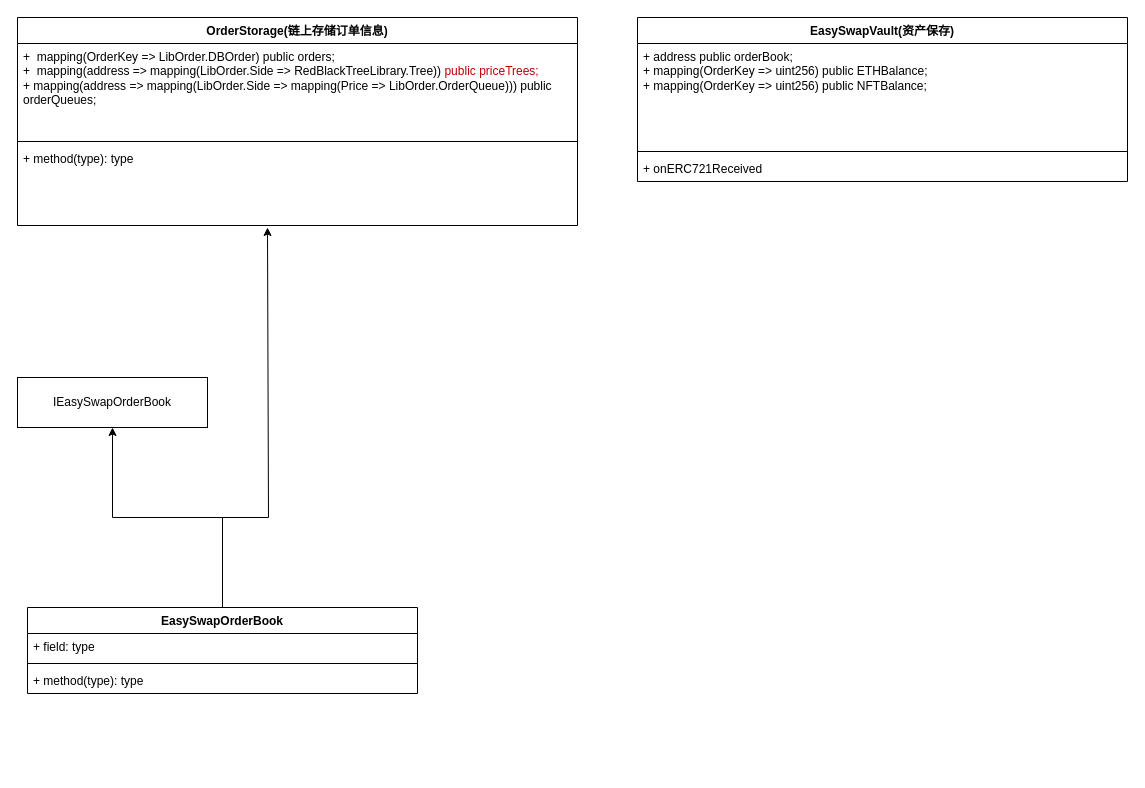
yhcui/web3-project keeps this draw.io diagram as page "合约" (1 of 2) of ProjectBreakdown-NFTMarket/设计图/合约.drawio. Above is the earlier version. Source tidied: cells renumbered, new cells numbered last; positions are measured from the earlier drawing's top-left corner, leaving out a move shared by most shapes. Both pictures are drawn from the tidied source at 100%, with x=0, y=0 at pixel (17, 17).
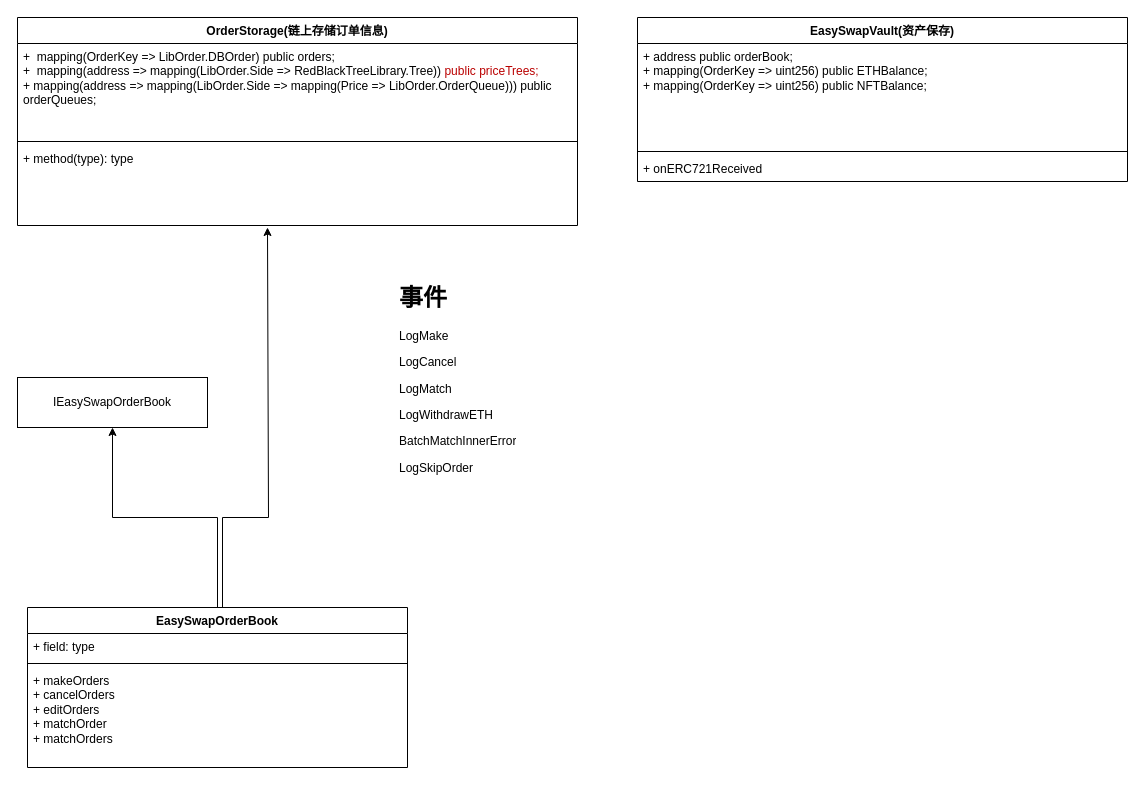
The same diagram, later.

The edit, as a diff of the source:
```diff
@@
 <mxGraphModel>
   <root>
     <mxCell id="0" />
     <mxCell id="1" parent="0" />
     <mxCell id="2" value="OrderStorage(&lt;span style=&quot;background-color: transparent; color: light-dark(rgb(0, 0, 0), rgb(255, 255, 255));&quot;&gt;链上存储订单信息)&lt;/span&gt;" style="swimlane;fontStyle=1;align=center;verticalAlign=top;horizontal=1;startSize=26;whiteSpace=wrap;html=1;" parent="1" vertex="1">
       <mxGeometry width="560" height="208" as="geometry" />
     </mxCell>
     <mxCell id="3" value="+ &amp;nbsp;mapping(OrderKey =&amp;gt; LibOrder.DBOrder) public orders;&lt;div&gt;+&amp;nbsp;&lt;span style=&quot;background-color: transparent;&quot;&gt;&amp;nbsp;mapping(address =&amp;gt; mapping(LibOrder.Side =&amp;gt; RedBlackTreeLibrary.Tree))&lt;/span&gt;&lt;span style=&quot;background-color: transparent;&quot;&gt;&lt;font color=&quot;rgba(0, 0, 0, 0)&quot;&gt;&amp;nbsp;public priceTrees;&lt;/font&gt;&lt;br&gt;+ mapping(address =&amp;gt; mapping(LibOrder.Side =&amp;gt; mapping(Price =&amp;gt; LibOrder.OrderQueue))) public orderQueues;&lt;/span&gt;&lt;/div&gt;" style="text;strokeColor=none;fillColor=none;align=left;verticalAlign=top;spacingLeft=4;spacingRight=4;overflow=hidden;whiteSpace=wrap;html=1;" parent="2" vertex="1">
       <mxGeometry y="26" width="560" height="94" as="geometry" />
     </mxCell>
     <mxCell id="4" style="line;strokeWidth=1;fillColor=none;align=left;verticalAlign=middle;spacingTop=-1;spacingLeft=3;spacingRight=3;labelPosition=right;strokeColor=inherit;" parent="2" vertex="1">
       <mxGeometry y="120" width="560" height="8" as="geometry" />
     </mxCell>
     <mxCell id="5" value="+ method(type): type" style="text;strokeColor=none;fillColor=none;align=left;verticalAlign=top;spacingLeft=4;spacingRight=4;overflow=hidden;whiteSpace=wrap;html=1;" parent="2" vertex="1">
       <mxGeometry y="128" width="560" height="80" as="geometry" />
     </mxCell>
     <mxCell id="6" value="EasySwapVault(资产保存)" style="swimlane;fontStyle=1;align=center;verticalAlign=top;horizontal=1;startSize=26;whiteSpace=wrap;html=1;" parent="1" vertex="1">
       <mxGeometry x="620" width="490" height="164" as="geometry" />
     </mxCell>
     <mxCell id="7" value="&lt;div&gt;+ address public orderBook;&lt;/div&gt;&lt;div&gt;&lt;span style=&quot;background-color: transparent; color: light-dark(rgb(0, 0, 0), rgb(255, 255, 255));&quot;&gt;+&lt;/span&gt;&lt;span style=&quot;background-color: transparent; color: light-dark(rgb(0, 0, 0), rgb(255, 255, 255));&quot;&gt;&amp;nbsp;&lt;/span&gt;mapping(OrderKey =&amp;gt; uint256) public ETHBalance;&lt;/div&gt;&lt;div&gt;&lt;span style=&quot;background-color: transparent; color: light-dark(rgb(0, 0, 0), rgb(255, 255, 255));&quot;&gt;+&lt;/span&gt;&lt;span style=&quot;background-color: transparent; color: light-dark(rgb(0, 0, 0), rgb(255, 255, 255));&quot;&gt;&amp;nbsp;&lt;/span&gt;mapping(OrderKey =&amp;gt; uint256) public NFTBalance;&amp;nbsp;&lt;/div&gt;" style="text;strokeColor=none;fillColor=none;align=left;verticalAlign=top;spacingLeft=4;spacingRight=4;overflow=hidden;whiteSpace=wrap;html=1;" parent="6" vertex="1">
       <mxGeometry y="26" width="490" height="104" as="geometry" />
     </mxCell>
     <mxCell id="8" style="line;strokeWidth=1;fillColor=none;align=left;verticalAlign=middle;spacingTop=-1;spacingLeft=3;spacingRight=3;labelPosition=right;strokeColor=inherit;" parent="6" vertex="1">
       <mxGeometry y="130" width="490" height="8" as="geometry" />
     </mxCell>
     <mxCell id="9" value="+ onERC721Received" style="text;strokeColor=none;fillColor=none;align=left;verticalAlign=top;spacingLeft=4;spacingRight=4;overflow=hidden;whiteSpace=wrap;html=1;" parent="6" vertex="1">
       <mxGeometry y="138" width="490" height="26" as="geometry" />
     </mxCell>
     <mxCell id="10" style="edgeStyle=orthogonalEdgeStyle;rounded=0;jettySize=auto;html=1;" parent="1" edge="1" source="12">
       <mxGeometry relative="1" as="geometry">
         <mxPoint x="250" y="210" as="targetPoint" />
         <Array as="points">
           <mxPoint x="205" y="500" />
           <mxPoint x="251" y="500" />
         </Array>
       </mxGeometry>
     </mxCell>
     <mxCell id="11" style="edgeStyle=orthogonalEdgeStyle;rounded=0;jettySize=auto;html=1;exitX=0.5;exitY=0;exitDx=0;exitDy=0;entryX=0.5;entryY=1;entryDx=0;entryDy=0;" parent="1" edge="1" source="12" target="16">
       <mxGeometry relative="1" as="geometry" />
     </mxCell>
     <mxCell id="12" value="EasySwapOrderBook" style="swimlane;fontStyle=1;align=center;verticalAlign=top;horizontal=1;startSize=26;whiteSpace=wrap;html=1;" parent="1" vertex="1">
-      <mxGeometry x="10" y="590" width="390" height="86" as="geometry" />
+      <mxGeometry x="10" y="590" width="380" height="160" as="geometry" />
     </mxCell>
     <mxCell id="13" value="+ field: type" style="text;strokeColor=none;fillColor=none;align=left;verticalAlign=top;spacingLeft=4;spacingRight=4;overflow=hidden;whiteSpace=wrap;html=1;" parent="12" vertex="1">
-      <mxGeometry y="26" width="390" height="26" as="geometry" />
+      <mxGeometry y="26" width="380" height="26" as="geometry" />
     </mxCell>
     <mxCell id="14" style="line;strokeWidth=1;fillColor=none;align=left;verticalAlign=middle;spacingTop=-1;spacingLeft=3;spacingRight=3;labelPosition=right;strokeColor=inherit;" parent="12" vertex="1">
-      <mxGeometry y="52" width="390" height="8" as="geometry" />
+      <mxGeometry y="52" width="380" height="8" as="geometry" />
     </mxCell>
-    <mxCell id="15" value="+ method(type): type" style="text;strokeColor=none;fillColor=none;align=left;verticalAlign=top;spacingLeft=4;spacingRight=4;overflow=hidden;whiteSpace=wrap;html=1;" parent="12" vertex="1">
-      <mxGeometry y="60" width="390" height="26" as="geometry" />
+    <mxCell id="15" value="+ makeOrders&lt;div&gt;+ cancelOrders&lt;/div&gt;&lt;div&gt;+&amp;nbsp;editOrders&lt;/div&gt;&lt;div&gt;+&amp;nbsp;matchOrder&lt;/div&gt;&lt;div&gt;+&amp;nbsp;matchOrders&lt;/div&gt;" style="text;strokeColor=none;fillColor=none;align=left;verticalAlign=top;spacingLeft=4;spacingRight=4;overflow=hidden;whiteSpace=wrap;html=1;" parent="12" vertex="1">
+      <mxGeometry y="60" width="380" height="100" as="geometry" />
     </mxCell>
     <mxCell id="16" value="IEasySwapOrderBook" style="html=1;whiteSpace=wrap;" parent="1" vertex="1">
       <mxGeometry y="360" width="190" height="50" as="geometry" />
     </mxCell>
+    <mxCell id="17" value="&lt;h1 style=&quot;margin-top: 0px;&quot;&gt;事件&lt;/h1&gt;&lt;p&gt;LogMake&lt;/p&gt;&lt;p&gt;LogCancel&lt;/p&gt;&lt;p&gt;LogMatch&lt;/p&gt;&lt;p&gt;LogWithdrawETH&lt;/p&gt;&lt;p&gt;BatchMatchInnerError&lt;/p&gt;&lt;p&gt;LogSkipOrder&lt;/p&gt;" style="text;html=1;whiteSpace=wrap;overflow=hidden;rounded=0;" parent="1" vertex="1">
+      <mxGeometry x="380" y="260" width="350" height="270" as="geometry" />
+    </mxCell>
   </root>
 </mxGraphModel>
```
